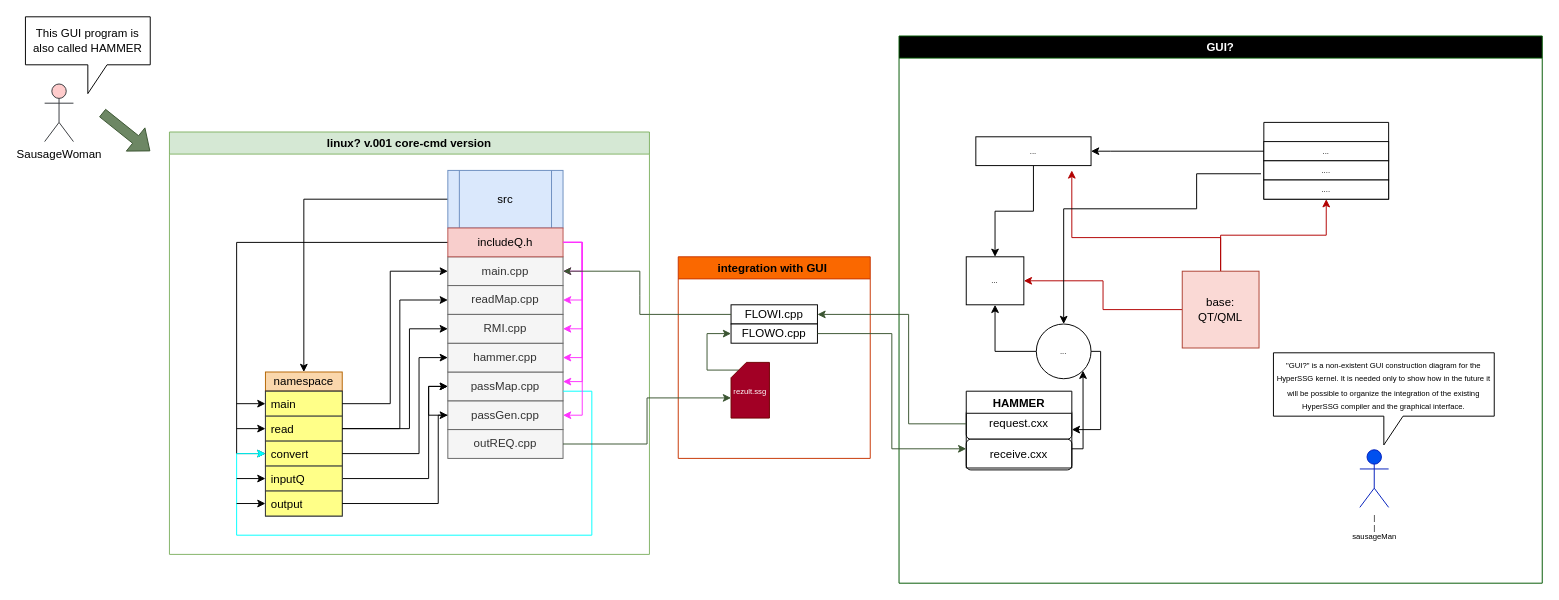
Earlier version of the draw.io diagram HypSsgDiag.drawio (HyperSausage/HyperSSG-core). Source tidied: cells renumbered, new cells numbered last; positions are measured from the earlier drawing's top-left corner, leaving out a move shared by most shapes. Both pictures are drawn from the tidied source at 96%, with x=0, y=0 at pixel (25, 16).
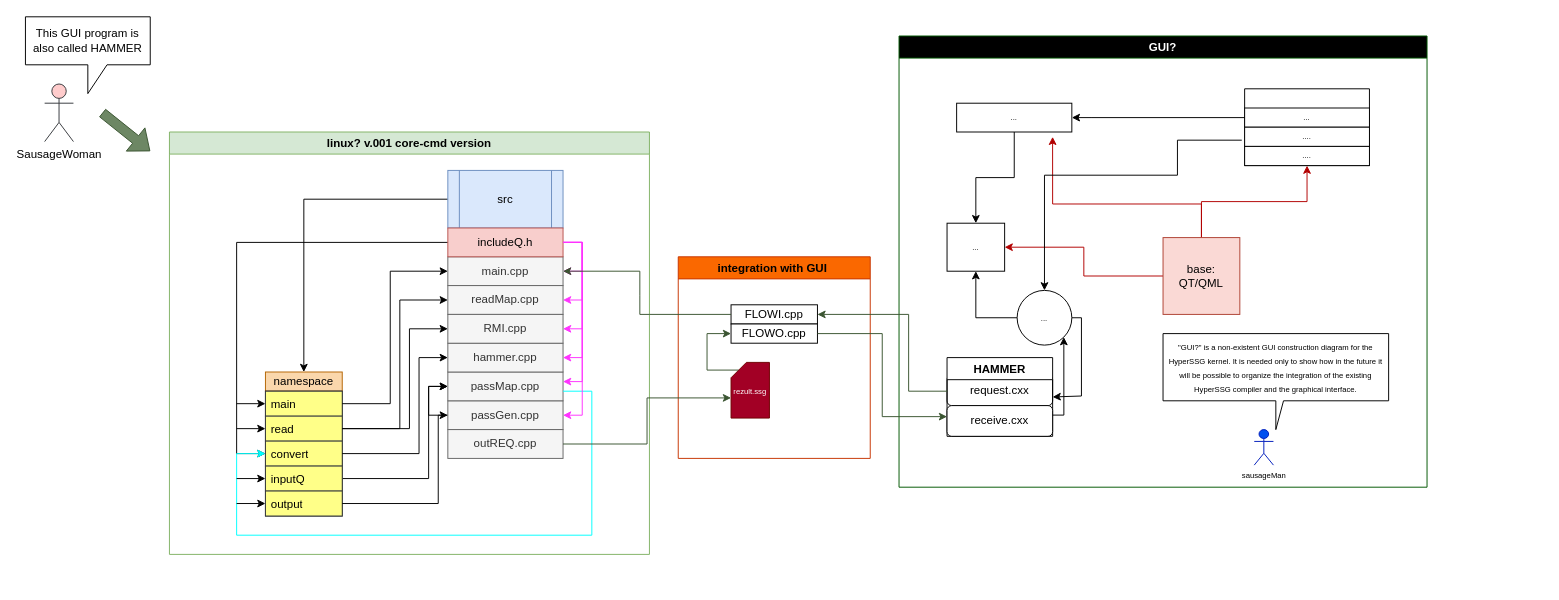
The same diagram, later.

The change refers to these unchanged cells:
```xml
<mxCell id="45" value="..." style="whiteSpace=wrap;html=1;fontSize=8;" parent="44" vertex="1">
  <mxGeometry y="20" width="130" height="20" as="geometry" />
</mxCell>
<mxCell id="63" value="FLOWI.cpp" style="rounded=0;whiteSpace=wrap;html=1;" parent="62" vertex="1">
  <mxGeometry x="55" y="50" width="90" height="20" as="geometry" />
</mxCell>
```

What changed in the source:
```diff
@@
     <mxCell id="39" value="GUI?" style="swimlane;fillColor=#000000;strokeColor=#005700;fontColor=#ffffff;" parent="1" vertex="1">
-      <mxGeometry x="910" y="20" width="670" height="570" as="geometry" />
+      <mxGeometry x="910" y="20" width="550" height="470" as="geometry" />
     </mxCell>
@@
     <mxCell id="42" style="edgeStyle=orthogonalEdgeStyle;rounded=0;jettySize=auto;html=1;entryX=0.833;entryY=1.167;entryDx=0;entryDy=0;entryPerimeter=0;fontSize=12;fontColor=#000000;strokeColor=#B20000;fillColor=#e51400;" parent="39" edge="1" source="43" target="49">
       <mxGeometry relative="1" as="geometry">
         <Array as="points">
-          <mxPoint x="335" y="210" />
-          <mxPoint x="180" y="210" />
+          <mxPoint x="315" y="175" />
+          <mxPoint x="160" y="175" />
         </Array>
       </mxGeometry>
     </mxCell>
     <mxCell id="43" value="base:&lt;br&gt;QT/QML" style="whiteSpace=wrap;html=1;fillColor=#fad9d5;strokeColor=#ae4132;" parent="39" vertex="1">
-      <mxGeometry x="295" y="245" width="80" height="80" as="geometry" />
+      <mxGeometry x="275" y="210" width="80" height="80" as="geometry" />
     </mxCell>
     <mxCell id="44" style="swimlane;startSize=0;fontSize=8;" parent="39" vertex="1">
-      <mxGeometry x="380" y="90" width="130" height="80" as="geometry" />
+      <mxGeometry x="360" y="55" width="130" height="80" as="geometry" />
     </mxCell>
@@
     <mxCell id="49" value="..." style="rounded=0;whiteSpace=wrap;html=1;fontSize=8;" parent="39" vertex="1">
-      <mxGeometry x="80" y="105" width="120" height="30" as="geometry" />
+      <mxGeometry x="60" y="70" width="120" height="30" as="geometry" />
     </mxCell>
     <mxCell id="50" value="..." style="rounded=0;whiteSpace=wrap;html=1;fontSize=8;" parent="39" vertex="1">
-      <mxGeometry x="70" y="230" width="60" height="50" as="geometry" />
+      <mxGeometry x="50" y="195" width="60" height="50" as="geometry" />
     </mxCell>
     <mxCell id="51" style="edgeStyle=orthogonalEdgeStyle;rounded=0;jettySize=auto;html=1;entryX=1;entryY=0.5;entryDx=0;entryDy=0;fontSize=12;fontColor=#000000;strokeColor=#000000;" parent="39" edge="1" source="53" target="58">
       <mxGeometry relative="1" as="geometry">
         <Array as="points">
-          <mxPoint x="210" y="328" />
-          <mxPoint x="210" y="410" />
+          <mxPoint x="190" y="293" />
+          <mxPoint x="190" y="375" />
         </Array>
       </mxGeometry>
     </mxCell>
@@
     <mxCell id="53" value="..." style="ellipse;whiteSpace=wrap;html=1;fontSize=8;" parent="39" vertex="1">
-      <mxGeometry x="143" y="300" width="57" height="57" as="geometry" />
+      <mxGeometry x="123" y="265" width="57" height="57" as="geometry" />
     </mxCell>
-    <mxCell id="54" value="&lt;font color=&quot;#000000&quot;&gt;|&lt;br&gt;|&lt;br&gt;sausageMan&lt;br&gt;&lt;/font&gt;" style="shape=umlActor;verticalLabelPosition=bottom;verticalAlign=top;html=1;fontSize=8;fillColor=#0050ef;strokeColor=#001DBC;fontColor=#ffffff;" parent="39" vertex="1">
-      <mxGeometry x="480" y="431" width="30" height="60" as="geometry" />
-    </mxCell>
     <mxCell id="55" value="&lt;font style=&quot;font-size: 12px;&quot;&gt;request.cxx&lt;br&gt;&lt;/font&gt;" style="rounded=1;whiteSpace=wrap;html=1;fontSize=8;" parent="39" vertex="1">
-      <mxGeometry x="70" y="388" width="110" height="32" as="geometry" />
+      <mxGeometry x="50" y="353" width="110" height="32" as="geometry" />
     </mxCell>
-    <mxCell id="56" value="&lt;font style=&quot;font-size: 8px;&quot;&gt;&quot;GUI?&quot; is a non-existent GUI construction diagram for the HyperSSG kernel. It is needed only to show how in the future it will be possible to organize the integration of the existing HyperSSG compiler and the graphical interface.&lt;/font&gt;" style="shape=callout;whiteSpace=wrap;html=1;perimeter=calloutPerimeter;fontSize=12;fontColor=#000000;" parent="39" vertex="1">
-      <mxGeometry x="390" y="330" width="230" height="96" as="geometry" />
-    </mxCell>
+    <mxCell id="58" value="HAMMER" style="swimlane;fontSize=12;fontColor=#000000;" parent="39" vertex="1">
+      <mxGeometry x="50" y="335" width="110" height="82" as="geometry" />
+    </mxCell>
-    <mxCell id="57" value="&lt;font style=&quot;font-size: 12px;&quot;&gt;receive.cxx&lt;br&gt;&lt;/font&gt;" style="rounded=1;whiteSpace=wrap;html=1;fontSize=8;" parent="39" vertex="1">
-      <mxGeometry x="70" y="420" width="110" height="32" as="geometry" />
+    <mxCell id="57" value="&lt;font style=&quot;font-size: 12px;&quot;&gt;receive.cxx&lt;br&gt;&lt;/font&gt;" style="rounded=1;whiteSpace=wrap;html=1;fontSize=8;" parent="58" vertex="1">
+      <mxGeometry y="50" width="110" height="32" as="geometry" />
     </mxCell>
-    <mxCell id="58" value="HAMMER" style="swimlane;fontSize=12;fontColor=#000000;" parent="39" vertex="1">
-      <mxGeometry x="70" y="370" width="110" height="80" as="geometry" />
-    </mxCell>
     <mxCell id="59" style="edgeStyle=orthogonalEdgeStyle;rounded=0;jettySize=auto;html=1;exitX=0;exitY=0.5;exitDx=0;exitDy=0;entryX=1;entryY=0.5;entryDx=0;entryDy=0;fontSize=12;fontColor=#000000;strokeColor=#000000;" parent="39" edge="1" source="45" target="49">
       <mxGeometry relative="1" as="geometry">
         <Array as="points">
-          <mxPoint x="220" y="120" />
+          <mxPoint x="200" y="85" />
         </Array>
       </mxGeometry>
     </mxCell>
     <mxCell id="60" style="edgeStyle=orthogonalEdgeStyle;rounded=0;jettySize=auto;html=1;entryX=0.5;entryY=0;entryDx=0;entryDy=0;fontSize=12;fontColor=#000000;strokeColor=#000000;exitX=-0.023;exitY=0.669;exitDx=0;exitDy=0;exitPerimeter=0;" parent="39" edge="1" source="44" target="53">
       <mxGeometry relative="1" as="geometry">
         <Array as="points">
-          <mxPoint x="310" y="144" />
-          <mxPoint x="310" y="180" />
-          <mxPoint x="171" y="180" />
+          <mxPoint x="290" y="109" />
+          <mxPoint x="290" y="145" />
+          <mxPoint x="151" y="145" />
         </Array>
       </mxGeometry>
     </mxCell>
-    <mxCell id="61" style="edgeStyle=orthogonalEdgeStyle;rounded=0;jettySize=auto;html=1;fontSize=12;fontColor=#000000;strokeColor=#000000;entryX=1;entryY=1;entryDx=0;entryDy=0;" parent="39" edge="1" source="57" target="53">
+    <mxCell id="61" style="edgeStyle=orthogonalEdgeStyle;rounded=0;jettySize=auto;html=1;fontSize=12;fontColor=#000000;strokeColor=#000000;entryX=1;entryY=1;entryDx=0;entryDy=0;" parent="39" edge="1" target="53">
       <mxGeometry relative="1" as="geometry">
+        <mxPoint x="160" y="394.9" as="sourcePoint" />
         <Array as="points">
-          <mxPoint x="192" y="430" />
+          <mxPoint x="172" y="395" />
         </Array>
       </mxGeometry>
     </mxCell>
+    <mxCell id="56" value="&lt;font style=&quot;font-size: 8px;&quot;&gt;&quot;GUI?&quot; is a non-existent GUI construction diagram for the HyperSSG kernel. It is needed only to show how in the future it will be possible to organize the integration of the existing HyperSSG compiler and the graphical interface.&lt;/font&gt;" style="shape=callout;whiteSpace=wrap;html=1;perimeter=calloutPerimeter;fontSize=12;fontColor=#000000;base=8;" parent="39" vertex="1">
+      <mxGeometry x="275" y="310" width="235" height="100" as="geometry" />
+    </mxCell>
+    <mxCell id="54" value="&lt;font color=&quot;#000000&quot;&gt;sausageMan&lt;br&gt;&lt;/font&gt;" style="shape=umlActor;verticalLabelPosition=bottom;verticalAlign=top;html=1;fontSize=8;fillColor=#0050ef;strokeColor=#001DBC;fontColor=#ffffff;" parent="39" vertex="1">
+      <mxGeometry x="370" y="410" width="20" height="37" as="geometry" />
+    </mxCell>
@@
     <mxCell id="69" style="edgeStyle=orthogonalEdgeStyle;rounded=0;jettySize=auto;html=1;exitX=0;exitY=0.5;exitDx=0;exitDy=0;entryX=1;entryY=0.5;entryDx=0;entryDy=0;fontSize=8;fontColor=#000000;strokeColor=#3A5431;fillColor=#6d8764;" parent="1" edge="1" source="55" target="63">
       <mxGeometry relative="1" as="geometry">
         <Array as="points">
-          <mxPoint x="920" y="424" />
+          <mxPoint x="920" y="390" />
           <mxPoint x="920" y="310" />
         </Array>
       </mxGeometry>
     </mxCell>
```
